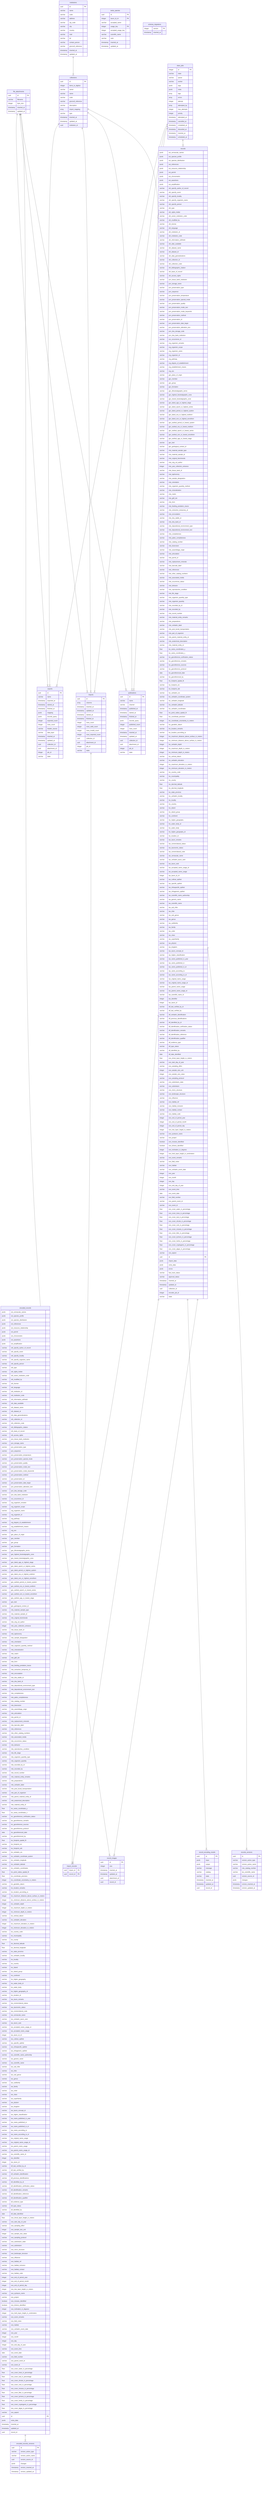
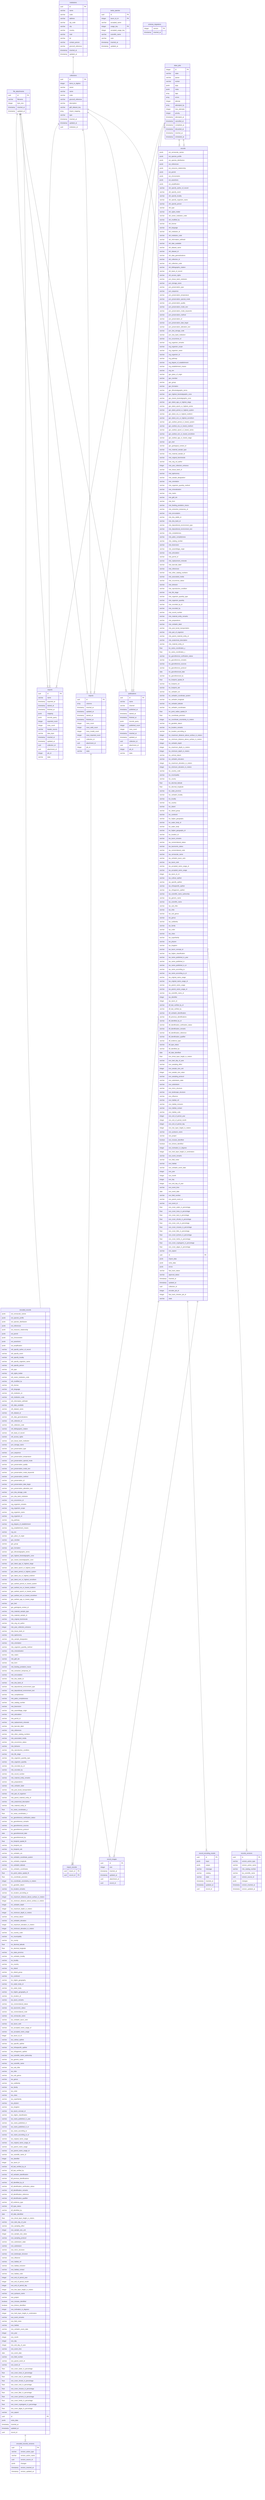
erDiagram
  file_attachments {
    uuid id PK
    varchar filename
    integer byte_size
    timestamp inserted_at
    timestamp updated_at
  }
  institutions {
    uuid id PK
    varchar name
    varchar code
    varchar address
    varchar zip_code
    varchar city
    varchar country
    varchar mail
    varchar tel
    varchar contact_person
    varchar grscicoll_reference
    timestamp inserted_at
    timestamp updated_at
  }
  collections {
    uuid id PK
    integer items_to_digitize
    varchar owner
    varchar name
    varchar code
    varchar grscicoll_reference
    varchar description
+     varchar gbif_dataset_key
    array import_mapping
    varchar type
    timestamp inserted_at
    timestamp updated_at
    uuid institution_id
  }
  encoded_records {
    jsonb ext_vernacular_names
    jsonb ext_species_profile
    jsonb ext_species_distribution
    jsonb ext_references
    jsonb ext_resource_relationship
    jsonb ext_permit
    jsonb ext_chronometric
    jsonb ext_assertions
    jsonb ext_amplification
    varchar oth_specify_author_of_record
    varchar oth_specify_event
    varchar oth_specify_locality
    varchar oth_specify_organism_name
    varchar oth_specify_person
    varchar oth_type
    varchar oth_rights_holder
    varchar oth_owner_institution_code
    varchar oth_modified_by
    varchar oth_license
    varchar oth_language
    varchar oth_institution_id
    varchar oth_institution_code
    varchar oth_information_withheld
    varchar oth_date_available
    varchar oth_dataset_name
    varchar oth_dataset_id
    varchar oth_data_generalizations
    varchar oth_collection_id
    varchar oth_collection_code
    varchar oth_bibliographic_citation
    varchar oth_basis_of_record
    varchar oth_access_rights
    varchar pvn_tissue_bank_institution
    varchar pvn_storage_name
    varchar pvn_preservation_type
    varchar pvn_sequence
    varchar pvn_preservation_temperature
    varchar pvn_preservation_special_mode
    varchar pvn_preservation_quality
    varchar pvn_preservation_mode_text
    varchar pvn_preservation_mode_keywords
    varchar pvn_preservation_method
    varchar pvn_preservation_id
    varchar pvn_preservation_date_begin
    varchar pvn_preservation_alteration_text
    varchar pvn_dna_storage_code
    varchar pvn_dna_bank_institution
    varchar occ_occurrence_id
    varchar org_organism_remarks
    varchar org_organism_scope
    varchar org_organism_name
    varchar org_organism_id
    varchar org_pathway
    varchar org_degree_of_establishment
    varchar org_establishment_means
    varchar org_sex
    varchar gec_place_of_origin
    varchar gec_member
    varchar gec_group
    varchar gec_formation
    varchar gec_lithostratigraphic_terms
    varchar gec_highest_biostratigraphic_zone
    varchar gec_lowest_biostratigraphic_zone
    varchar gec_latest_age_or_highest_stage
    varchar gec_latest_epoch_or_highest_series
    varchar gec_latest_period_or_highest_system
    varchar gec_latest_era_or_highest_erathem
    varchar gec_latest_eon_or_highest_eonothem
    varchar gec_earliest_period_or_lowest_system
    varchar gec_earliest_era_or_lowest_erathem
    varchar gec_earliest_epoch_or_lowest_series
    varchar gec_earliest_eon_or_lowest_eonothem
    varchar gec_earliest_age_or_lowest_stage
    varchar gec_bed
    varchar gec_geological_context_id
    varchar mts_material_sample_type
    varchar mts_material_sample_id
    varchar mte_original_biominerals
    varchar mte_orig_col_author
    integer mte_year_collection_entrance
    varchar mte_tissue_bank_id
    varchar mte_taphonomy
    varchar mte_sample_designation
    varchar mte_orientation
    varchar mte_organism_quantity_method
    varchar mte_mineralization
    varchar mte_matrix
    varchar mte_gbif_doi
    varchar mte_form
    varchar mte_feeding_predation_traces
    varchar mte_extraction_temporary_id
    varchar mte_encrustation
    varchar mte_dna_stable_id
    varchar mte_dna_bank_id
    varchar mte_depositional_environment_type
    varchar mte_depositional_environment_text
    varchar mte_completeness
    varchar mte_paleo_completeness
    varchar mte_catalog_number
    varchar mte_bioerosion
    varchar mte_assemblage_origin
    varchar mte_articulation
    varchar mte_permit_id
    varchar mte_replacement_minerals
    varchar mte_barcode_label
    varchar mte_references
    varchar mte_other_catalog_numbers
    varchar mte_associated_media
    varchar mte_occurrence_status
    varchar mte_behavior
    varchar mte_reproductive_condition
    varchar mte_life_stage
    varchar mte_organism_quantity_type
    varchar mte_organism_quantity
    varchar mte_recorded_by_id
    varchar mte_recorded_by
    varchar mte_record_number
    varchar mte_material_entity_remarks
    varchar mte_preparations
    varchar mte_verbatim_label
    varchar mte_post_burial_transportation
    varchar mte_part_of_organism
    varchar mte_parent_material_entity_id
    varchar mte_anatomical_description
    varchar mte_material_entity_id
    float loc_swiss_coordinates_y
    float loc_swiss_coordinates_x
    varchar loc_georeference_verification_status
    varchar loc_georeference_remarks
    varchar loc_georeference_sources
    varchar loc_georeference_protocol
    date loc_georeferenced_date
    varchar loc_georeferenced_by
    float loc_footprint_spatial_fit
    varchar loc_footprint_srs
    varchar loc_footprint_wkt
    varchar loc_verbatim_srs
    varchar loc_verbatim_coordinate_system
    varchar loc_verbatim_longitude
    varchar loc_verbatim_latitude
    varchar loc_verbatim_coordinates
    float loc_point_radius_spatial_fit
    float loc_coordinate_precision
    integer loc_coordinate_uncertainty_in_meters
    varchar loc_geodetic_datum
    varchar loc_location_remarks
    varchar loc_location_according_to
    integer loc_maximum_distance_above_surface_in_meters
    integer loc_minimum_distance_above_surface_in_meters
    integer loc_verbatim_depth
    integer loc_maximum_depth_in_meters
    integer loc_minimum_depth_in_meters
    varchar loc_vertical_datum
    varchar loc_verbatim_elevation
    integer loc_maximum_elevation_in_meters
    integer loc_minimum_elevation_in_meters
    varchar loc_country_code
    varchar loc_municipality
    varchar loc_county
    float loc_decimal_latitude
    float loc_decimal_longitude
    varchar loc_state_province
    varchar loc_verbatim_locality
    varchar loc_locality
    varchar loc_country
    varchar loc_island
    varchar loc_island_group
    varchar loc_continent
    varchar loc_higher_geography
    varchar loc_water_body_id
    varchar loc_water_body
    varchar loc_higher_geography_id
    varchar loc_location_id
    varchar tax_taxon_remarks
    varchar tax_nomenclatural_status
    varchar tax_taxonomic_status
    varchar tax_nomenclatural_code
    varchar tax_vernacular_name
    varchar tax_verbatim_taxon_rank
    varchar tax_taxon_rank
    varchar tax_accepted_name_usage_id
    varchar tax_accepted_name_usage
    integer tax_taxon_id_ch
    varchar tax_cultivar_epithet
    varchar tax_specific_epithet
    varchar tax_infraspecific_epithet
    varchar tax_infrageneric_epithet
    varchar tax_scientific_name_authorship
    varchar tax_generic_name
    varchar tax_scientific_name
    varchar tax_sub_tribe
    varchar tax_tribe
    varchar tax_sub_genus
    varchar tax_genus
    varchar tax_subfamily
    varchar tax_family
    varchar tax_order
    varchar tax_class
    varchar tax_superfamily
    varchar tax_phylum
    varchar tax_kingdom
    varchar tax_taxon_concept_id
    varchar tax_higher_classification
    varchar tax_name_published_in_year
    varchar tax_name_published_in
    varchar tax_name_published_in_id
    varchar tax_name_according_to
    varchar tax_name_according_to_id
    varchar tax_original_name_usage
    varchar tax_original_name_usage_id
    varchar tax_parent_name_usage
    varchar tax_parent_name_usage_id
    varchar tax_scientific_name_id
    integer tax_identifier
    integer tax_taxon_id
    varchar idf_last_verified_by_id
    varchar idf_last_verified_by
    varchar idf_verbatim_identification
    varchar idf_previous_identifications
    varchar idf_identified_by_id
    varchar idf_identification_verification_status
    varchar idf_identification_remarks
    varchar idf_identification_reference
    varchar idf_identification_qualifier
    varchar idf_evidence_type
    varchar idf_type_status
    varchar idf_identified_by
    date idf_date_identified
    float eve_shrub_layer_height_in_meters
    varchar eve_start_day_of_year
    varchar eve_sampling_effort
    integer eve_sample_size_unit
    integer eve_sample_size_value
    varchar eve_sampling_protocol
    varchar eve_substratum_state
    varchar eve_substratum
    varchar eve_micro_structure
    varchar eve_landscape_structure
    varchar eve_influence
    varchar eve_habitat_ref
    varchar eve_habitat_inclusion
    varchar eve_habitat_contact
    varchar eve_habitat_code
    integer eve_end_of_period_year
    integer eve_end_of_period_month
    integer eve_end_of_period_day
    integer eve_tree_layer_height_in_meters
    varchar eve_syntaxon_name
    varchar eve_project
    boolean eve_mosses_identified
    boolean eve_lichens_identified
    integer eve_inclination_in_degrees
    integer eve_herb_layer_height_in_centimeters
    varchar eve_event_remarks
    varchar eve_field_notes
    varchar eve_habitat
    varchar eve_verbatim_event_date
    integer eve_year
    integer eve_month
    integer eve_day
    integer eve_end_day_of_year
    varchar eve_event_time
    date eve_event_date
    varchar eve_field_number
    varchar eve_parent_event_id
    varchar eve_event_id
    float eve_cover_water_in_percentage
    float eve_cover_trees_in_percentage
    float eve_cover_toal_in_percentage
    float eve_cover_shrubs_in_percentage
    float eve_cover_rock_in_percentage
    float eve_cover_mosses_in_percentage
    float eve_cover_litter_in_percentage
    float eve_cover_lychens_in_percentage
    float eve_cover_herbs_in_percentage
    float eve_cover_cryptogams_in_percentage
    float eve_cover_algae_in_percentage
    varchar eve_aspect
    uuid id PK
    jsonb extra_data
    timestamp inserted_at
    timestamp updated_at
    uuid record_id
  }
  encoded_records_versions {
    uuid id PK
    varchar version_action_type
    varchar version_action_name
    uuid version_source_id
    jsonb changes
    timestamp version_inserted_at
    timestamp version_updated_at
  }
  record_encoding_results {
    uuid id PK
    jsonb input
    jsonb output
    varchar message
    varchar catalog
    varchar state
    timestamp inserted_at
    timestamp updated_at
    uuid record_id
  }
  exports {
    uuid id PK
    varchar name
    timestamp exported_at
    timestamp started_at
    timestamp finished_at
    jsonb mapping
    jsonb records_query
    integer exported_count
    integer rows_count
    varchar header_source
    varchar data_layer
    timestamp inserted_at
    timestamp updated_at
    uuid collection_id
    uuid attachment_id
    integer job_id
    varchar state
  }
  imports {
    uuid id PK
    array columns
    timestamp inserted_at
    timestamp updated_at
    timestamp started_at
    timestamp finished_at
    integer rows_count
    integer rows_valid_count
    integer rows_invalid_count
    integer rows_imported_count
    uuid collection_id
    uuid attachment_id
    integer job_id
    varchar state
  }
  import_records {
    uuid import_id PK
    uuid record_id PK
  }
  publications {
    uuid id PK
    varchar name
    varchar channel
    timestamp published_at
    timestamp started_at
    timestamp finished_at
    jsonb records_query
    integer published_count
    integer rows_count
    timestamp inserted_at
    timestamp updated_at
    uuid collection_id
    uuid attachment_id
    integer job_id
    varchar state
  }
  records {
    jsonb ext_vernacular_names
    jsonb ext_species_profile
    jsonb ext_species_distribution
    jsonb ext_references
    jsonb ext_resource_relationship
    jsonb ext_permit
    jsonb ext_chronometric
    jsonb ext_assertions
    jsonb ext_amplification
    varchar oth_specify_author_of_record
    varchar oth_specify_event
    varchar oth_specify_locality
    varchar oth_specify_organism_name
    varchar oth_specify_person
    varchar oth_type
    varchar oth_rights_holder
    varchar oth_owner_institution_code
    varchar oth_modified_by
    varchar oth_license
    varchar oth_language
    varchar oth_institution_id
    varchar oth_institution_code
    varchar oth_information_withheld
    varchar oth_date_available
    varchar oth_dataset_name
    varchar oth_dataset_id
    varchar oth_data_generalizations
    varchar oth_collection_id
    varchar oth_collection_code
    varchar oth_bibliographic_citation
    varchar oth_basis_of_record
    varchar oth_access_rights
    varchar pvn_tissue_bank_institution
    varchar pvn_storage_name
    varchar pvn_preservation_type
    varchar pvn_sequence
    varchar pvn_preservation_temperature
    varchar pvn_preservation_special_mode
    varchar pvn_preservation_quality
    varchar pvn_preservation_mode_text
    varchar pvn_preservation_mode_keywords
    varchar pvn_preservation_method
    varchar pvn_preservation_id
    varchar pvn_preservation_date_begin
    varchar pvn_preservation_alteration_text
    varchar pvn_dna_storage_code
    varchar pvn_dna_bank_institution
    varchar occ_occurrence_id
    varchar org_organism_remarks
    varchar org_organism_scope
    varchar org_organism_name
    varchar org_organism_id
    varchar org_pathway
    varchar org_degree_of_establishment
    varchar org_establishment_means
    varchar org_sex
    varchar gec_place_of_origin
    varchar gec_member
    varchar gec_group
    varchar gec_formation
    varchar gec_lithostratigraphic_terms
    varchar gec_highest_biostratigraphic_zone
    varchar gec_lowest_biostratigraphic_zone
    varchar gec_latest_age_or_highest_stage
    varchar gec_latest_epoch_or_highest_series
    varchar gec_latest_period_or_highest_system
    varchar gec_latest_era_or_highest_erathem
    varchar gec_latest_eon_or_highest_eonothem
    varchar gec_earliest_period_or_lowest_system
    varchar gec_earliest_era_or_lowest_erathem
    varchar gec_earliest_epoch_or_lowest_series
    varchar gec_earliest_eon_or_lowest_eonothem
    varchar gec_earliest_age_or_lowest_stage
    varchar gec_bed
    varchar gec_geological_context_id
    varchar mts_material_sample_type
    varchar mts_material_sample_id
    varchar mte_original_biominerals
    varchar mte_orig_col_author
    integer mte_year_collection_entrance
    varchar mte_tissue_bank_id
    varchar mte_taphonomy
    varchar mte_sample_designation
    varchar mte_orientation
    varchar mte_organism_quantity_method
    varchar mte_mineralization
    varchar mte_matrix
    varchar mte_gbif_doi
    varchar mte_form
    varchar mte_feeding_predation_traces
    varchar mte_extraction_temporary_id
    varchar mte_encrustation
    varchar mte_dna_stable_id
    varchar mte_dna_bank_id
    varchar mte_depositional_environment_type
    varchar mte_depositional_environment_text
    varchar mte_completeness
    varchar mte_paleo_completeness
    varchar mte_catalog_number
    varchar mte_bioerosion
    varchar mte_assemblage_origin
    varchar mte_articulation
    varchar mte_permit_id
    varchar mte_replacement_minerals
    varchar mte_barcode_label
    varchar mte_references
    varchar mte_other_catalog_numbers
    varchar mte_associated_media
    varchar mte_occurrence_status
    varchar mte_behavior
    varchar mte_reproductive_condition
    varchar mte_life_stage
    varchar mte_organism_quantity_type
    varchar mte_organism_quantity
    varchar mte_recorded_by_id
    varchar mte_recorded_by
    varchar mte_record_number
    varchar mte_material_entity_remarks
    varchar mte_preparations
    varchar mte_verbatim_label
    varchar mte_post_burial_transportation
    varchar mte_part_of_organism
    varchar mte_parent_material_entity_id
    varchar mte_anatomical_description
    varchar mte_material_entity_id
    float loc_swiss_coordinates_y
    float loc_swiss_coordinates_x
    varchar loc_georeference_verification_status
    varchar loc_georeference_remarks
    varchar loc_georeference_sources
    varchar loc_georeference_protocol
    date loc_georeferenced_date
    varchar loc_georeferenced_by
    float loc_footprint_spatial_fit
    varchar loc_footprint_srs
    varchar loc_footprint_wkt
    varchar loc_verbatim_srs
    varchar loc_verbatim_coordinate_system
    varchar loc_verbatim_longitude
    varchar loc_verbatim_latitude
    varchar loc_verbatim_coordinates
    float loc_point_radius_spatial_fit
    float loc_coordinate_precision
    integer loc_coordinate_uncertainty_in_meters
    varchar loc_geodetic_datum
    varchar loc_location_remarks
    varchar loc_location_according_to
    integer loc_maximum_distance_above_surface_in_meters
    integer loc_minimum_distance_above_surface_in_meters
    integer loc_verbatim_depth
    integer loc_maximum_depth_in_meters
    integer loc_minimum_depth_in_meters
    varchar loc_vertical_datum
    varchar loc_verbatim_elevation
    integer loc_maximum_elevation_in_meters
    integer loc_minimum_elevation_in_meters
    varchar loc_country_code
    varchar loc_municipality
    varchar loc_county
    float loc_decimal_latitude
    float loc_decimal_longitude
    varchar loc_state_province
    varchar loc_verbatim_locality
    varchar loc_locality
    varchar loc_country
    varchar loc_island
    varchar loc_island_group
    varchar loc_continent
    varchar loc_higher_geography
    varchar loc_water_body_id
    varchar loc_water_body
    varchar loc_higher_geography_id
    varchar loc_location_id
    varchar tax_taxon_remarks
    varchar tax_nomenclatural_status
    varchar tax_taxonomic_status
    varchar tax_nomenclatural_code
    varchar tax_vernacular_name
    varchar tax_verbatim_taxon_rank
    varchar tax_taxon_rank
    varchar tax_accepted_name_usage_id
    varchar tax_accepted_name_usage
    integer tax_taxon_id_ch
    varchar tax_cultivar_epithet
    varchar tax_specific_epithet
    varchar tax_infraspecific_epithet
    varchar tax_infrageneric_epithet
    varchar tax_scientific_name_authorship
    varchar tax_generic_name
    varchar tax_scientific_name
    varchar tax_sub_tribe
    varchar tax_tribe
    varchar tax_sub_genus
    varchar tax_genus
    varchar tax_subfamily
    varchar tax_family
    varchar tax_order
    varchar tax_class
    varchar tax_superfamily
    varchar tax_phylum
    varchar tax_kingdom
    varchar tax_taxon_concept_id
    varchar tax_higher_classification
    varchar tax_name_published_in_year
    varchar tax_name_published_in
    varchar tax_name_published_in_id
    varchar tax_name_according_to
    varchar tax_name_according_to_id
    varchar tax_original_name_usage
    varchar tax_original_name_usage_id
    varchar tax_parent_name_usage
    varchar tax_parent_name_usage_id
    varchar tax_scientific_name_id
    integer tax_identifier
    integer tax_taxon_id
    varchar idf_last_verified_by_id
    varchar idf_last_verified_by
    varchar idf_verbatim_identification
    varchar idf_previous_identifications
    varchar idf_identified_by_id
    varchar idf_identification_verification_status
    varchar idf_identification_remarks
    varchar idf_identification_reference
    varchar idf_identification_qualifier
    varchar idf_evidence_type
    varchar idf_type_status
    varchar idf_identified_by
    date idf_date_identified
    float eve_shrub_layer_height_in_meters
    varchar eve_start_day_of_year
    varchar eve_sampling_effort
    integer eve_sample_size_unit
    integer eve_sample_size_value
    varchar eve_sampling_protocol
    varchar eve_substratum_state
    varchar eve_substratum
    varchar eve_micro_structure
    varchar eve_landscape_structure
    varchar eve_influence
    varchar eve_habitat_ref
    varchar eve_habitat_inclusion
    varchar eve_habitat_contact
    varchar eve_habitat_code
    integer eve_end_of_period_year
    integer eve_end_of_period_month
    integer eve_end_of_period_day
    integer eve_tree_layer_height_in_meters
    varchar eve_syntaxon_name
    varchar eve_project
    boolean eve_mosses_identified
    boolean eve_lichens_identified
    integer eve_inclination_in_degrees
    integer eve_herb_layer_height_in_centimeters
    varchar eve_event_remarks
    varchar eve_field_notes
    varchar eve_habitat
    varchar eve_verbatim_event_date
    integer eve_year
    integer eve_month
    integer eve_day
    integer eve_end_day_of_year
    varchar eve_event_time
    date eve_event_date
    varchar eve_field_number
    varchar eve_parent_event_id
    varchar eve_event_id
    float eve_cover_water_in_percentage
    float eve_cover_trees_in_percentage
    float eve_cover_toal_in_percentage
    float eve_cover_shrubs_in_percentage
    float eve_cover_rock_in_percentage
    float eve_cover_mosses_in_percentage
    float eve_cover_litter_in_percentage
    float eve_cover_lychens_in_percentage
    float eve_cover_herbs_in_percentage
    float eve_cover_cryptogams_in_percentage
    float eve_cover_algae_in_percentage
    varchar eve_aspect
    uuid id PK
    jsonb import_data
    jsonb extra_data
    jsonb errors
    varchar fast_track_status
    varchar approval_status
    timestamp inserted_at
    timestamp updated_at
    uuid collection_id
    integer encoder_job_id
+     integer fast_track_checker_job_id
    varchar state
  }
  record_images {
    uuid id PK
    integer size
    timestamp inserted_at
    timestamp updated_at
    uuid attachment_id
    uuid record_id
  }
  records_versions {
    uuid id PK
    varchar version_action_type
    varchar version_action_name
    varchar mte_catalog_number
    varchar tax_scientific_name
    uuid version_source_id
    jsonb changes
    timestamp version_inserted_at
    timestamp version_updated_at
  }
  swiss_species {
    uuid id PK
    integer taxon_id_ch PK
    varchar accepted_name
    integer usage_key PK
    integer accepted_usage_key
    varchar scientific_name
    varchar rank
    timestamp inserted_at
    timestamp updated_at
  }
  schema_migrations {
    integer version PK
    timestamp inserted_at
  }
  oban_jobs {
    integer id PK
    varchar state
    varchar queue
    varchar worker
    jsonb args
    jsonb meta
    array tags
    array errors
    integer attempt
    array attempted_by
    integer max_attempts
    integer priority
    timestamp attempted_at
    timestamp cancelled_at
    timestamp completed_at
    timestamp discarded_at
    timestamp inserted_at
    timestamp scheduled_at
  }
  collections ||--|{ exports : ""
  collections ||--|{ imports : ""
  collections ||--|{ publications : ""
  collections ||--|{ records : ""
  encoded_records ||--|{ encoded_records_versions : ""
  file_attachments ||--|{ exports : ""
  file_attachments ||--|{ imports : ""
  file_attachments ||--|{ publications : ""
  file_attachments ||--|{ record_images : ""
  imports ||--|{ import_records : ""
  institutions ||--|{ collections : ""
  oban_jobs ||--|{ exports : ""
  oban_jobs ||--|{ imports : ""
  oban_jobs ||--|{ publications : ""
  oban_jobs ||--|{ records : ""
+   oban_jobs ||--|{ records : ""
  records ||--o| encoded_records : ""
  records ||--|{ import_records : ""
  records ||--|{ record_encoding_results : ""
  records ||--|{ record_images : ""
  records ||--|{ records_versions : ""
